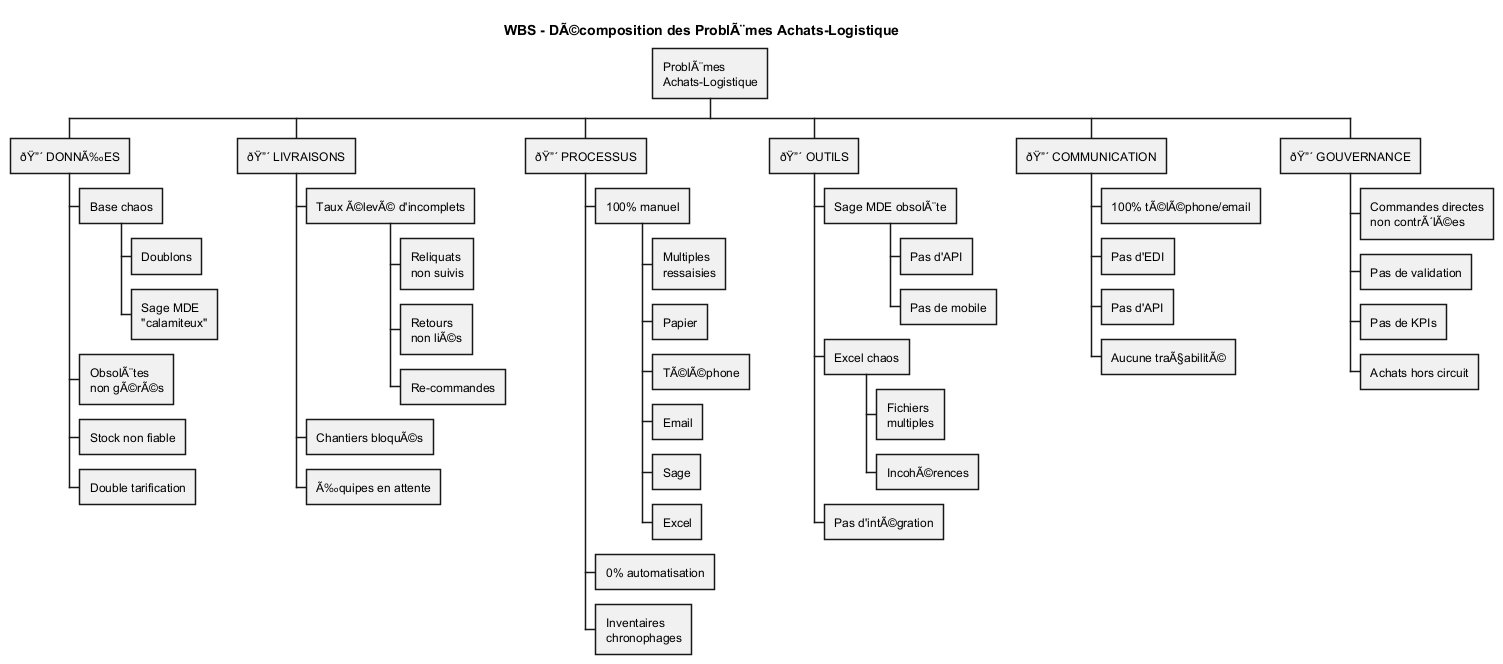
This is Services/Achats-Logistique/uml/png/WBS_Problemes_Achats_Logistique.png from JordanSerafini/Audit_Duret, a PlantUML export, as it was before one commit.
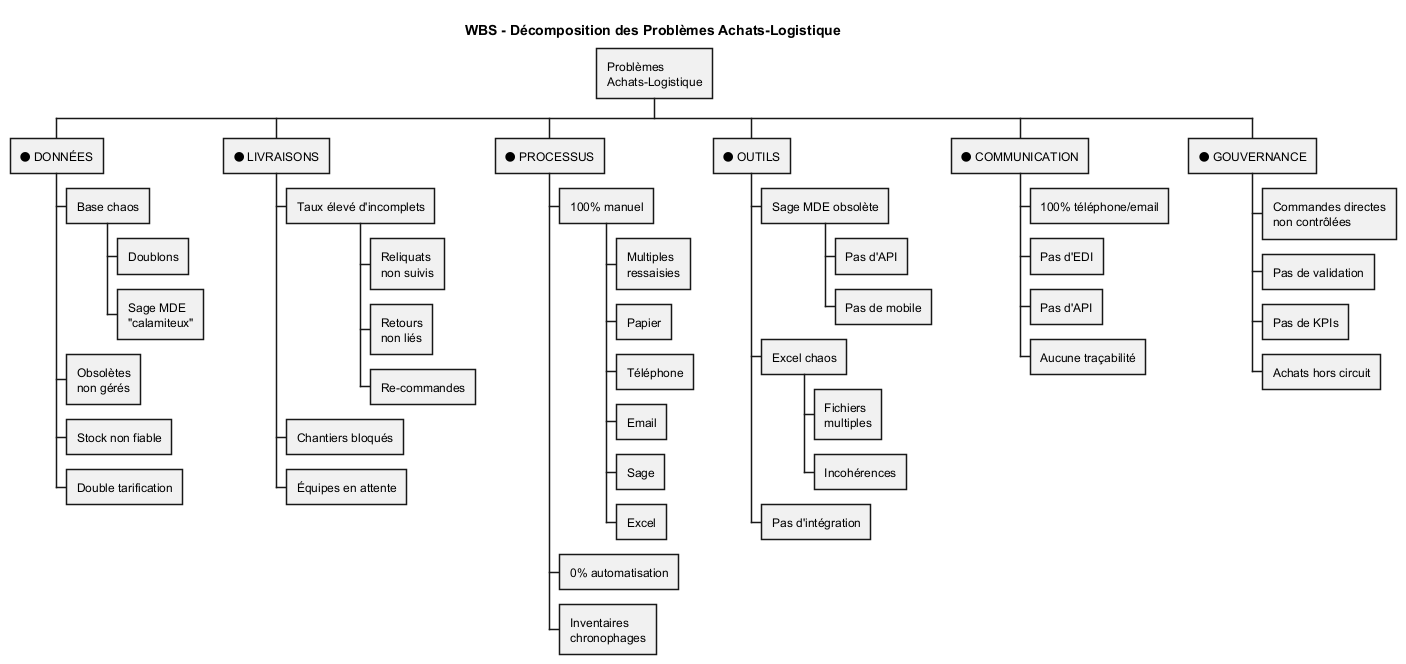
Later version of the same file.

The edit, as a diff of the source:
```diff
@@ -1,53 +1,53 @@
 @startwbs WBS_Problemes_Achats_Logistique
 
-title WBS - DÃ©composition des ProblÃ¨mes Achats-Logistique
+title WBS - Décomposition des Problèmes Achats-Logistique
 
-* ProblÃ¨mes\nAchats-Logistique
+* Problèmes\nAchats-Logistique
 
-** ðŸ”´ DONNÃ‰ES
+** 🔴 DONNÉES
 *** Base chaos
 **** Doublons
 **** Sage MDE\n"calamiteux"
-*** ObsolÃ¨tes\nnon gÃ©rÃ©s
+*** Obsolètes\nnon gérés
 *** Stock non fiable
 *** Double tarification
 
-** ðŸ”´ LIVRAISONS
-*** Taux Ã©levÃ© d'incomplets
+** 🔴 LIVRAISONS
+*** Taux élevé d'incomplets
 **** Reliquats\nnon suivis
-**** Retours\nnon liÃ©s
+**** Retours\nnon liés
 **** Re-commandes
-*** Chantiers bloquÃ©s
-*** Ã‰quipes en attente
+*** Chantiers bloqués
+*** Équipes en attente
 
-** ðŸ”´ PROCESSUS
+** 🔴 PROCESSUS
 *** 100% manuel
 **** Multiples\nressaisies
 **** Papier
-**** TÃ©lÃ©phone
+**** Téléphone
 **** Email
 **** Sage
 **** Excel
 *** 0% automatisation
 *** Inventaires\nchronophages
 
-** ðŸ”´ OUTILS
-*** Sage MDE obsolÃ¨te
+** 🔴 OUTILS
+*** Sage MDE obsolète
 **** Pas d'API
 **** Pas de mobile
 *** Excel chaos
 **** Fichiers\nmultiples
-**** IncohÃ©rences
-*** Pas d'intÃ©gration
+**** Incohérences
+*** Pas d'intégration
 
-** ðŸ”´ COMMUNICATION
-*** 100% tÃ©lÃ©phone/email
+** 🔴 COMMUNICATION
+*** 100% téléphone/email
 *** Pas d'EDI
 *** Pas d'API
-*** Aucune traÃ§abilitÃ©
+*** Aucune traçabilité
 
-** ðŸ”´ GOUVERNANCE
-*** Commandes directes\nnon contrÃ´lÃ©es
+** 🔴 GOUVERNANCE
+*** Commandes directes\nnon contrôlées
 *** Pas de validation
 *** Pas de KPIs
 *** Achats hors circuit
```
